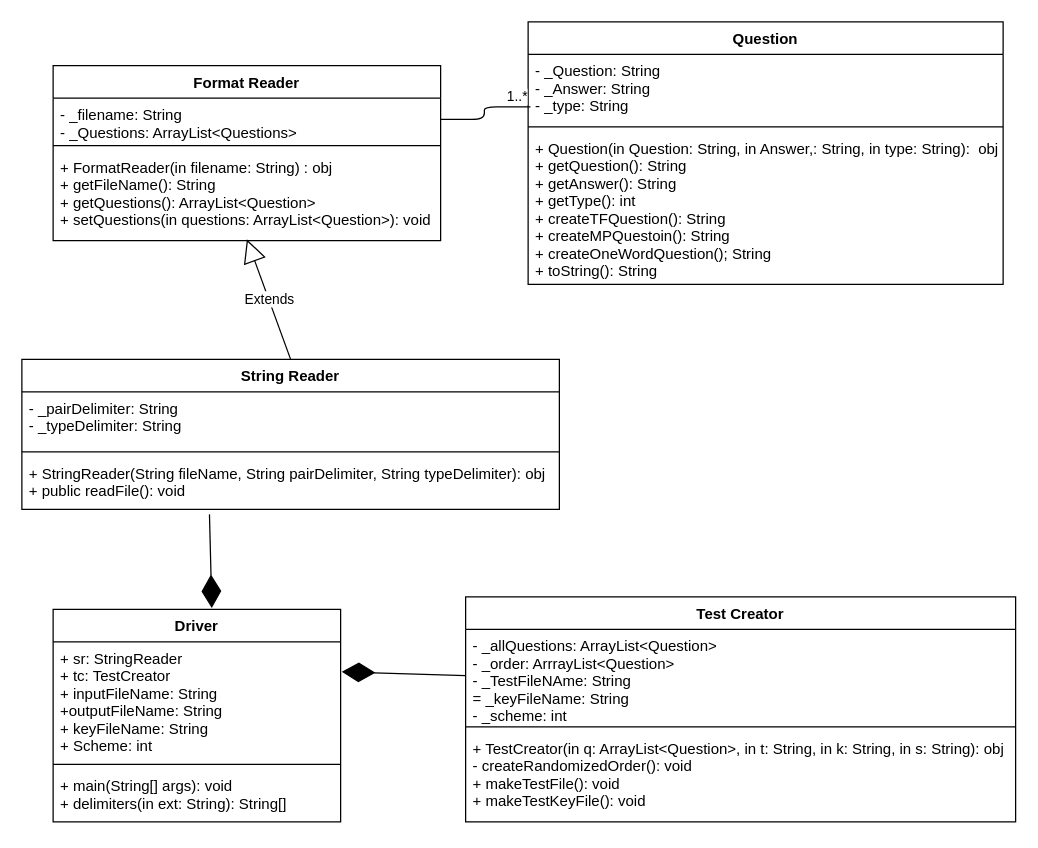
hwilt/CS471 keeps this draw.io diagram as HW2/HW2.drawio. Above is the earlier version. Source tidied: cells renumbered, new cells numbered last; positions are measured from the earlier drawing's top-left corner, leaving out a move shared by most shapes. Both pictures are drawn from the tidied source at 125%, with x=0, y=0 at pixel (21, 21).
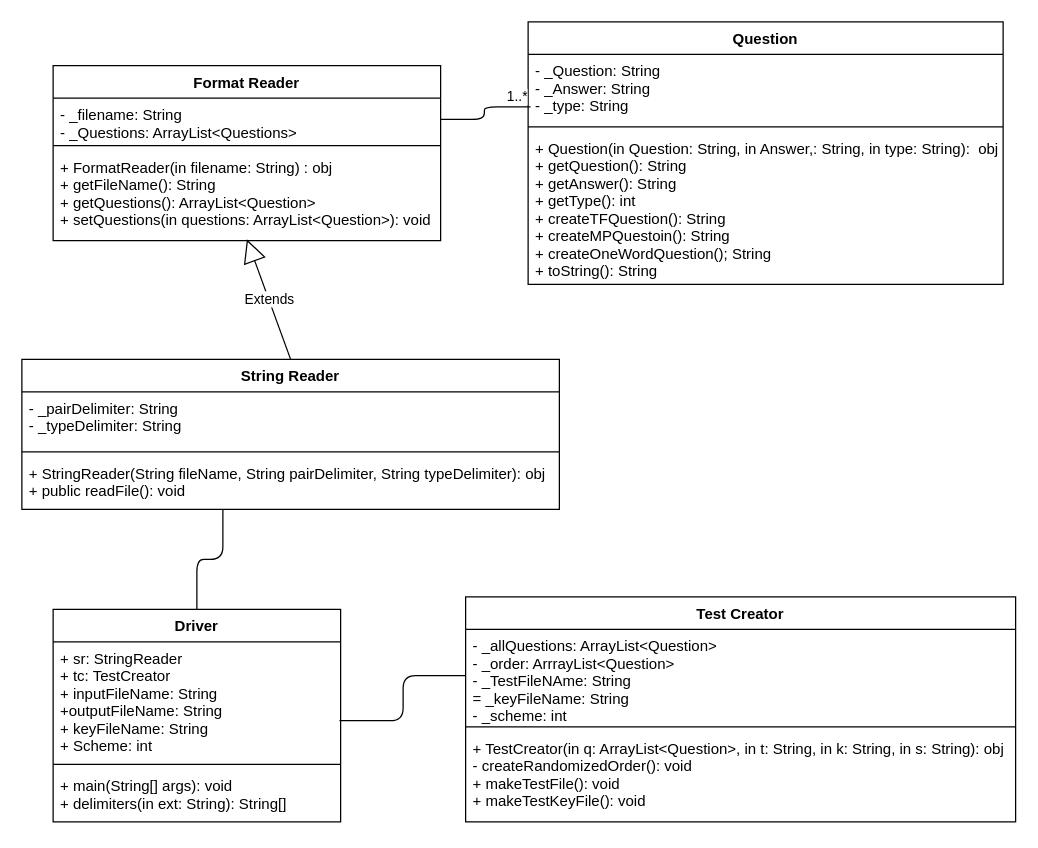
Above is the later version.

Commit message (it also covers changes not shown here):
Fixed UML Design

The change refers to these unchanged cells:
```xml
<mxCell id="3" value="- _allQuestions: ArrayList&lt;Question&gt;&#10;- _order: ArrrayList&lt;Question&gt;&#10;- _TestFileNAme: String&#10;= _keyFileName: String&#10;- _scheme: int" style="text;strokeColor=none;fillColor=none;align=left;verticalAlign=top;spacingLeft=4;spacingRight=4;overflow=hidden;points=[[0,0.5],[1,0.5]];portConstraint=eastwest;" parent="2" vertex="1">
  <mxGeometry y="26" width="440" height="74" as="geometry" />
</mxCell>
<mxCell id="17" value="+ StringReader(String fileName, String pairDelimiter, String typeDelimiter): obj&#10;+ public readFile(): void" style="text;strokeColor=none;fillColor=none;align=left;verticalAlign=top;spacingLeft=4;spacingRight=4;overflow=hidden;points=[[0,0.5],[1,0.5]];portConstraint=eastwest;" parent="14" vertex="1">
  <mxGeometry y="78" width="430" height="42" as="geometry" />
</mxCell>
<mxCell id="19" value="Driver" style="swimlane;fontStyle=1;align=center;verticalAlign=top;horizontal=1;startSize=26;" parent="1" vertex="1">
  <mxGeometry x="25" y="470" width="230" height="170" as="geometry" />
</mxCell>
<mxCell id="20" value="+ sr: StringReader&#10;+ tc: TestCreator&#10;+ inputFileName: String&#10;+outputFileName: String&#10;+ keyFileName: String&#10;+ Scheme: int" style="text;strokeColor=none;fillColor=none;align=left;verticalAlign=top;spacingLeft=4;spacingRight=4;overflow=hidden;points=[[0,0.5],[1,0.5]];portConstraint=eastwest;" parent="19" vertex="1">
  <mxGeometry y="26" width="230" height="94" as="geometry" />
</mxCell>
```

The edit, as a diff of the source:
```diff
@@
-    <mxCell id="25" style="endArrow=diamondThin;endFill=1;endSize=24;html=1;exitX=0.349;exitY=1.095;exitDx=0;exitDy=0;exitPerimeter=0;entryX=0.552;entryY=-0.006;entryDx=0;entryDy=0;entryPerimeter=0;" parent="1" edge="1" source="17" target="19">
-      <mxGeometry relative="1" as="geometry" />
-    </mxCell>
-    <mxCell id="26" style="endArrow=diamondThin;endFill=1;endSize=24;html=1;entryX=1.004;entryY=0.255;entryDx=0;entryDy=0;entryPerimeter=0;exitX=0;exitY=0.5;exitDx=0;exitDy=0;" parent="1" edge="1" source="3" target="20">
+    <mxCell id="26" style="endArrow=none;html=1;edgeStyle=orthogonalEdgeStyle;entryX=0.5;entryY=0;entryDx=0;entryDy=0;exitX=0.374;exitY=1;exitDx=0;exitDy=0;exitPerimeter=0;" parent="1" edge="1" source="17" target="19">
       <mxGeometry relative="1" as="geometry" />
     </mxCell>
+    <mxCell id="27" style="endArrow=none;html=1;edgeStyle=orthogonalEdgeStyle;entryX=0.996;entryY=0.67;entryDx=0;entryDy=0;exitX=0;exitY=0.5;exitDx=0;exitDy=0;entryPerimeter=0;" parent="1" edge="1" source="3" target="20">
+      <mxGeometry relative="1" as="geometry" />
+    </mxCell>
```
